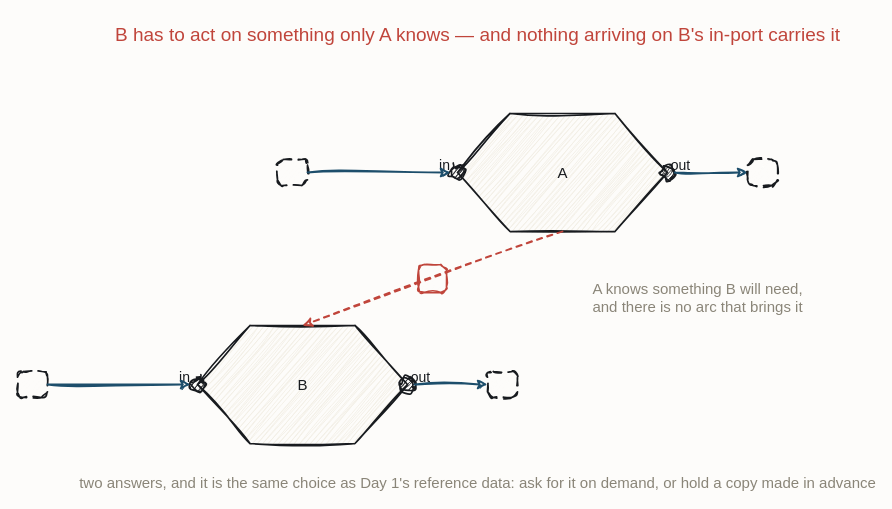
This is resources/flow-lookup-question.drawio from iancooper/practical-messaging, a draw.io file, before an edit. Source tidied: cells renumbered, new cells numbered last; positions are measured from the earlier drawing's top-left corner, leaving out a move shared by most shapes. Both pictures are drawn from the tidied source at 100%, with x=0, y=0 at pixel (17, 17).
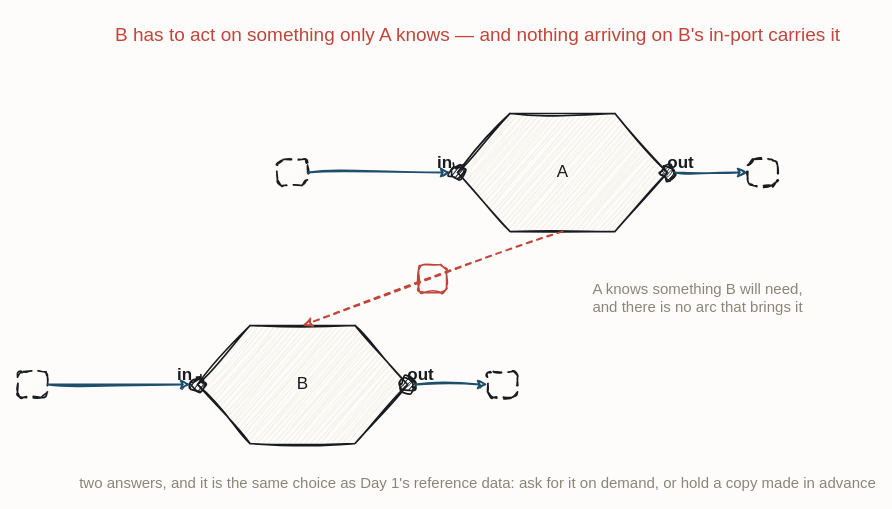
Above is the later version.

Change to the diagram source:
```diff
@@
-    <mxCell id="3" value="A" style="sketch=1;hachureGap=4;jiggle=2;curveFitting=1;fontFamily=Caveat;html=1;shape=hexagon;perimeter=hexagonPerimeter2;strokeColor=#181B1F;strokeWidth=1.7;fillColor=#F3EFE6;fontColor=#181B1F;fontSize=15;" parent="1" vertex="1">
+    <mxCell id="3" value="A" style="sketch=1;hachureGap=4;jiggle=2;curveFitting=1;fontFamily=Caveat;html=1;shape=hexagon;perimeter=hexagonPerimeter2;strokeColor=#181B1F;strokeWidth=1.7;fillColor=#F3EFE6;fontColor=#181B1F;fontSize=17;" parent="1" vertex="1">
       <mxGeometry x="440" y="96" width="210" height="118" as="geometry" />
     </mxCell>
@@
-    <mxCell id="5" value="in" style="text;html=1;align=center;fontFamily=Caveat;fontSize=14;fontColor=#181B1F;" parent="1" vertex="1">
-      <mxGeometry x="367" y="133" width="120" height="20" as="geometry" />
+    <mxCell id="5" value="in" style="text;html=1;align=center;fontFamily=Caveat;fontSize=17;fontColor=#181B1F;fontStyle=1;" parent="1" vertex="1">
+      <mxGeometry x="367" y="129" width="120" height="20" as="geometry" />
     </mxCell>
@@
-    <mxCell id="7" value="out" style="text;html=1;align=center;fontFamily=Caveat;fontSize=14;fontColor=#181B1F;" parent="1" vertex="1">
-      <mxGeometry x="603" y="133" width="120" height="20" as="geometry" />
+    <mxCell id="7" value="out" style="text;html=1;align=center;fontFamily=Caveat;fontSize=17;fontColor=#181B1F;fontStyle=1;" parent="1" vertex="1">
+      <mxGeometry x="603" y="129" width="120" height="20" as="geometry" />
     </mxCell>
-    <mxCell id="8" value="B" style="sketch=1;hachureGap=4;jiggle=2;curveFitting=1;fontFamily=Caveat;html=1;shape=hexagon;perimeter=hexagonPerimeter2;strokeColor=#181B1F;strokeWidth=1.7;fillColor=#F3EFE6;fontColor=#181B1F;fontSize=15;" parent="1" vertex="1">
+    <mxCell id="8" value="B" style="sketch=1;hachureGap=4;jiggle=2;curveFitting=1;fontFamily=Caveat;html=1;shape=hexagon;perimeter=hexagonPerimeter2;strokeColor=#181B1F;strokeWidth=1.7;fillColor=#F3EFE6;fontColor=#181B1F;fontSize=17;" parent="1" vertex="1">
       <mxGeometry x="180" y="308" width="210" height="118" as="geometry" />
     </mxCell>
@@
-    <mxCell id="10" value="in" style="text;html=1;align=center;fontFamily=Caveat;fontSize=14;fontColor=#181B1F;" parent="1" vertex="1">
-      <mxGeometry x="107" y="345" width="120" height="20" as="geometry" />
+    <mxCell id="10" value="in" style="text;html=1;align=center;fontFamily=Caveat;fontSize=17;fontColor=#181B1F;fontStyle=1;" parent="1" vertex="1">
+      <mxGeometry x="107" y="341" width="120" height="20" as="geometry" />
     </mxCell>
@@
-    <mxCell id="12" value="out" style="text;html=1;align=center;fontFamily=Caveat;fontSize=14;fontColor=#181B1F;" parent="1" vertex="1">
-      <mxGeometry x="343" y="345" width="120" height="20" as="geometry" />
+    <mxCell id="12" value="out" style="text;html=1;align=center;fontFamily=Caveat;fontSize=17;fontColor=#181B1F;fontStyle=1;" parent="1" vertex="1">
+      <mxGeometry x="343" y="341" width="120" height="20" as="geometry" />
     </mxCell>
```
